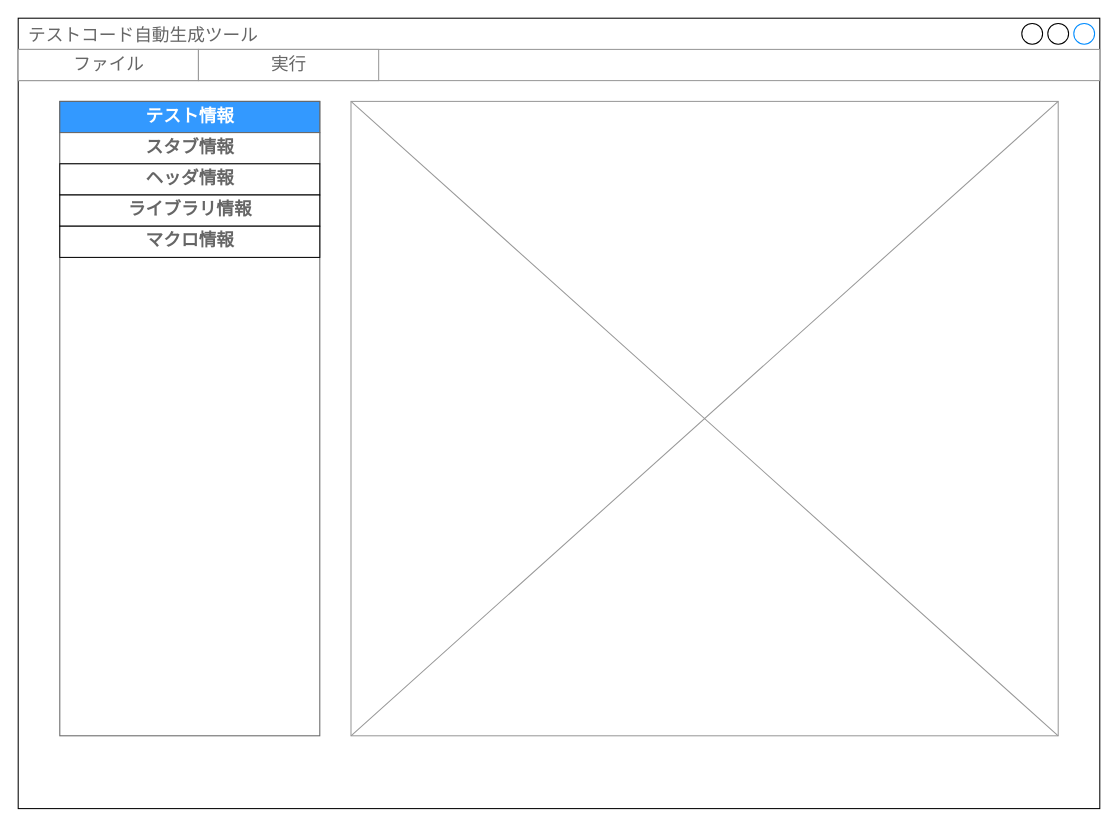
Before: page "基本画面構成" (1 of 6) of doc/design/AutoTestPrep_ViewLayout.drawio in CountrySideEngineer/AutoTestPrep, a draw.io diagram. Source tidied: cells renumbered, new cells numbered last; positions are measured from the earlier drawing's top-left corner, leaving out a move shared by most shapes. Both pictures are drawn from the tidied source at 104%, with x=0, y=0 at pixel (18, 18).
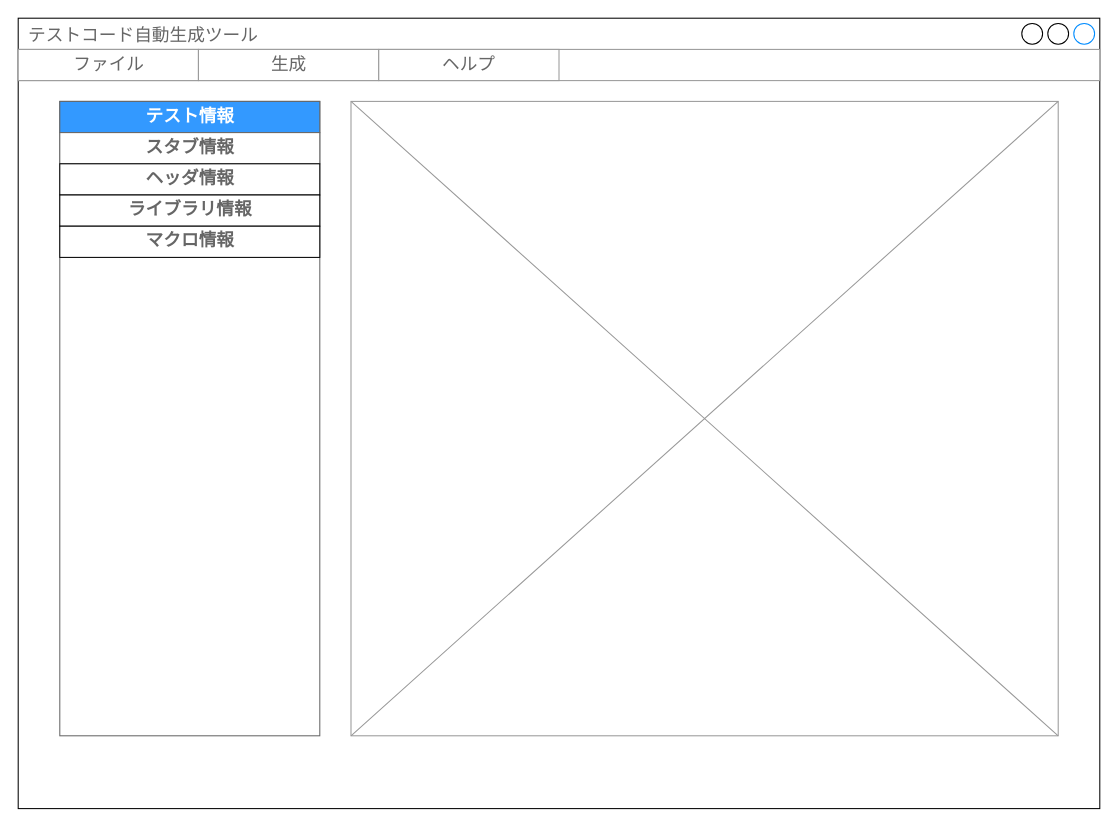
After the change.

What changed in the source:
```diff
@@
 <mxGraphModel background="#ffffff">
   <root>
     <mxCell id="0" />
     <mxCell id="1" parent="0" />
     <mxCell id="2" value="テストコード自動生成ツール" style="strokeWidth=1;shadow=0;dashed=0;align=center;html=1;shape=mxgraph.mockup.containers.window;align=left;verticalAlign=top;spacingLeft=8;strokeColor2=#008cff;strokeColor3=#c4c4c4;fontColor=#666666;mainText=;fontSize=17;labelBackgroundColor=none;" parent="1" vertex="1">
       <mxGeometry width="1040" height="760" as="geometry" />
     </mxCell>
     <mxCell id="3" style="strokeWidth=1;shadow=0;dashed=0;align=center;html=1;shape=mxgraph.mockup.containers.rrect;rSize=0;strokeColor=#666666;" parent="1" vertex="1">
       <mxGeometry x="40" y="80" width="250" height="610" as="geometry" />
     </mxCell>
     <mxCell id="4" value="テスト情報" style="strokeColor=inherit;fillColor=#3399FF;gradientColor=none;strokeWidth=1;shadow=0;dashed=0;align=center;html=1;shape=mxgraph.mockup.containers.rrect;rSize=0;fontSize=17;fontColor=#FFFFFF;fontStyle=1;" parent="3" vertex="1">
       <mxGeometry width="250" height="30" relative="1" as="geometry" />
     </mxCell>
     <mxCell id="5" value="スタブ情報" style="strokeColor=inherit;fillColor=inherit;gradientColor=inherit;strokeWidth=1;shadow=0;dashed=0;align=center;html=1;shape=mxgraph.mockup.containers.rrect;rSize=0;fontSize=17;fontColor=#666666;fontStyle=1;" parent="3" vertex="1">
       <mxGeometry width="250" height="30" relative="1" as="geometry">
         <mxPoint y="30" as="offset" />
       </mxGeometry>
     </mxCell>
     <mxCell id="6" value="ヘッダ情報" style="strokeWidth=1;shadow=0;dashed=0;align=center;html=1;shape=mxgraph.mockup.containers.rrect;rSize=0;fontSize=17;fontColor=#666666;fontStyle=1;fillColor=#FFFFFF;strokeColor=#000000;gradientColor=#ffffff;" parent="3" vertex="1">
       <mxGeometry width="250" height="30" relative="1" as="geometry">
         <mxPoint y="60" as="offset" />
       </mxGeometry>
     </mxCell>
     <mxCell id="7" value="ライブラリ情報" style="rounded=0;html=1;fontSize=17;fontColor=#666666;fontStyle=1;" parent="3" vertex="1">
       <mxGeometry y="90" width="250" height="30" as="geometry" />
     </mxCell>
     <mxCell id="8" value="マクロ情報" style="rounded=0;html=1;fontSize=17;fontColor=#666666;fontStyle=1;" parent="3" vertex="1">
       <mxGeometry y="120" width="250" height="30" as="geometry" />
     </mxCell>
     <mxCell id="9" style="verticalLabelPosition=bottom;shadow=0;dashed=0;align=center;html=1;verticalAlign=top;strokeWidth=1;shape=mxgraph.mockup.graphics.simpleIcon;strokeColor=#999999;" parent="1" vertex="1">
       <mxGeometry x="320" y="80" width="680" height="610" as="geometry" />
     </mxCell>
     <mxCell id="10" style="strokeWidth=1;shadow=0;dashed=0;align=center;html=1;shape=mxgraph.mockup.forms.rrect;rSize=0;strokeColor=#999999;" parent="1" vertex="1">
       <mxGeometry y="30" width="1040" height="30" as="geometry" />
     </mxCell>
     <mxCell id="11" value="ファイル" style="strokeColor=inherit;fillColor=inherit;gradientColor=inherit;strokeWidth=1;shadow=0;dashed=0;align=center;html=1;shape=mxgraph.mockup.forms.rrect;rSize=0;fontSize=17;fontColor=#666666;" parent="10" vertex="1">
       <mxGeometry width="173.3" height="30" as="geometry" />
     </mxCell>
-    <mxCell id="12" value="実行" style="strokeColor=inherit;fillColor=inherit;gradientColor=inherit;strokeWidth=1;shadow=0;dashed=0;align=center;html=1;shape=mxgraph.mockup.forms.rrect;rSize=0;fontSize=17;fontColor=#666666;" parent="10" vertex="1">
+    <mxCell id="12" value="生成" style="strokeColor=inherit;fillColor=inherit;gradientColor=inherit;strokeWidth=1;shadow=0;dashed=0;align=center;html=1;shape=mxgraph.mockup.forms.rrect;rSize=0;fontSize=17;fontColor=#666666;" parent="10" vertex="1">
       <mxGeometry x="173.3" width="173.3" height="30" as="geometry" />
     </mxCell>
+    <mxCell id="13" value="ヘルプ" style="strokeColor=inherit;fillColor=inherit;gradientColor=inherit;strokeWidth=1;shadow=0;dashed=0;align=center;html=1;shape=mxgraph.mockup.forms.rrect;rSize=0;fontSize=17;fontColor=#666666;" parent="10" vertex="1">
+      <mxGeometry x="346.7" width="173.3" height="30" as="geometry" />
+    </mxCell>
   </root>
 </mxGraphModel>
```
